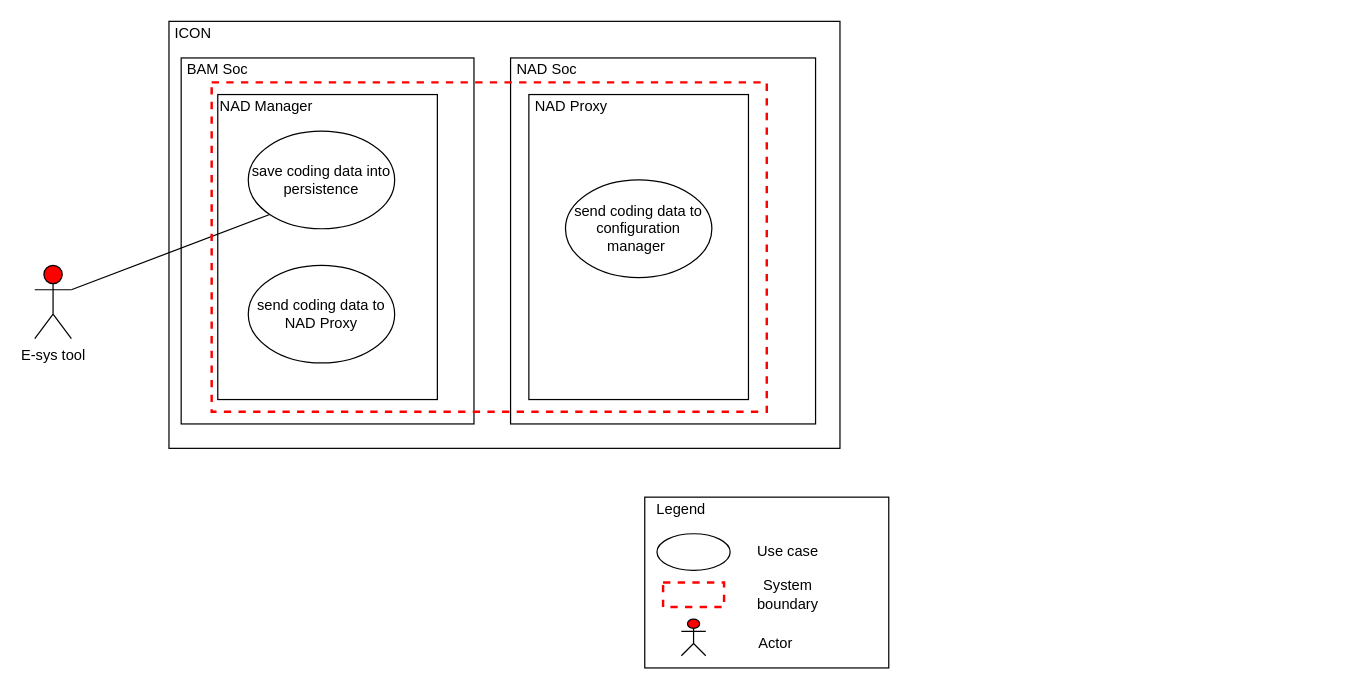
Earlier version of the draw.io diagram page "coding2" (7 of 11) of doc/SA cert/Design/usecase.drawio (taikt/codefun). Source tidied: cells renumbered, new cells numbered last; positions are measured from the earlier drawing's top-left corner, leaving out a move shared by most shapes. Both pictures are drawn from the tidied source at 122%, with x=0, y=0 at pixel (34, 21).
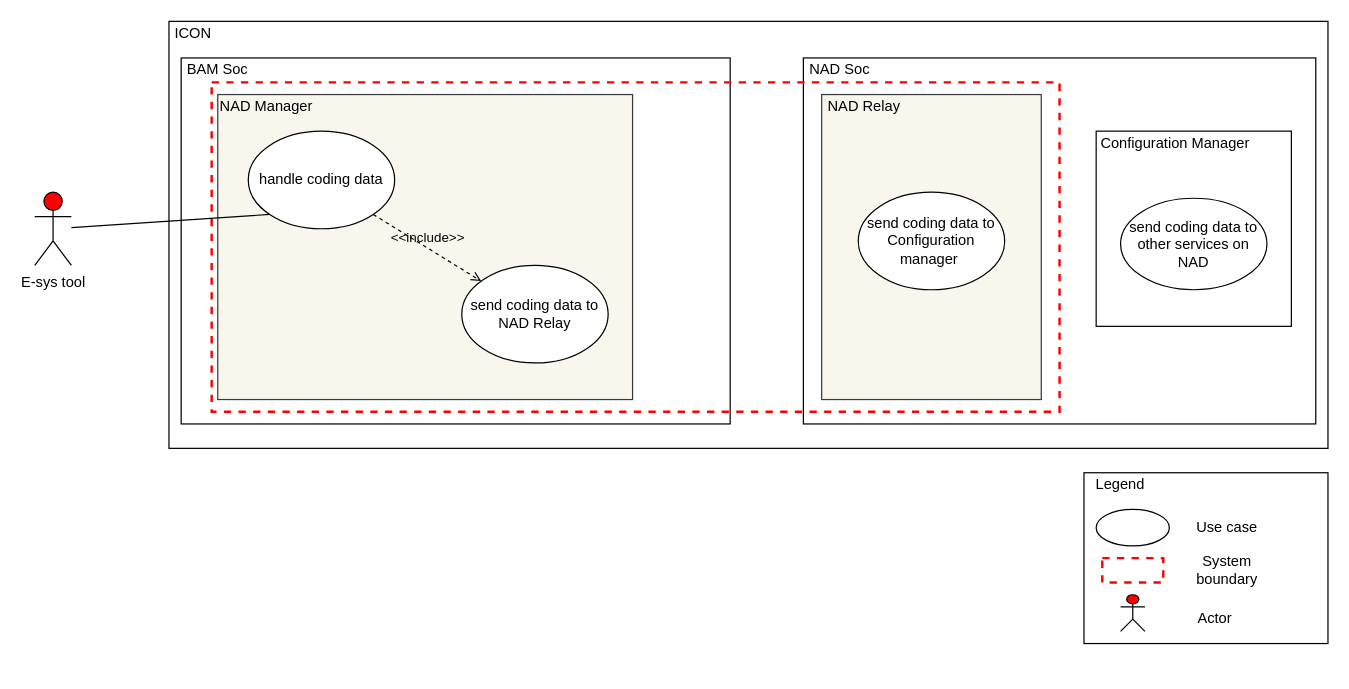
The same diagram, later.

Change to the diagram source:
```diff
@@
     <mxCell id="2" value="E-sys tool" style="shape=umlActor;verticalLabelPosition=bottom;verticalAlign=top;html=1;outlineConnect=0;fillColor=#FF0000;" parent="1" vertex="1">
-      <mxGeometry y="200" width="30" height="60" as="geometry" />
+      <mxGeometry y="140" width="30" height="60" as="geometry" />
     </mxCell>
     <mxCell id="3" style="rounded=0;whiteSpace=wrap;html=1;" parent="1" vertex="1">
-      <mxGeometry x="110" width="550" height="350" as="geometry" />
+      <mxGeometry x="110" width="950" height="350" as="geometry" />
     </mxCell>
     <mxCell id="4" style="rounded=0;whiteSpace=wrap;html=1;" parent="1" vertex="1">
-      <mxGeometry x="120" y="30" width="240" height="300" as="geometry" />
+      <mxGeometry x="120" y="30" width="450" height="300" as="geometry" />
     </mxCell>
     <mxCell id="5" style="rounded=0;whiteSpace=wrap;html=1;" parent="1" vertex="1">
-      <mxGeometry x="390" y="30" width="250" height="300" as="geometry" />
+      <mxGeometry x="630" y="30" width="420" height="300" as="geometry" />
     </mxCell>
@@
     <mxCell id="8" value="NAD Soc" style="text;html=1;strokeColor=none;fillColor=none;align=center;verticalAlign=middle;whiteSpace=wrap;rounded=0;" parent="1" vertex="1">
-      <mxGeometry x="390" y="30" width="60" height="20" as="geometry" />
+      <mxGeometry x="630" y="30" width="60" height="20" as="geometry" />
     </mxCell>
-    <mxCell id="9" style="rounded=0;whiteSpace=wrap;html=1;" parent="1" vertex="1">
-      <mxGeometry x="150" y="60" width="180" height="250" as="geometry" />
+    <mxCell id="9" style="rounded=0;whiteSpace=wrap;html=1;fillColor=#f9f7ed;strokeColor=#36393d;" parent="1" vertex="1">
+      <mxGeometry x="150" y="60" width="340" height="250" as="geometry" />
     </mxCell>
@@
-    <mxCell id="11" value="save coding data into persistence" style="ellipse;whiteSpace=wrap;html=1;" parent="1" vertex="1">
+    <mxCell id="11" value="handle coding data" style="ellipse;whiteSpace=wrap;html=1;" parent="1" vertex="1">
       <mxGeometry x="175" y="90" width="120" height="80" as="geometry" />
     </mxCell>
-    <mxCell id="12" value="send coding data to NAD Proxy" style="ellipse;whiteSpace=wrap;html=1;" parent="1" vertex="1">
-      <mxGeometry x="175" y="200" width="120" height="80" as="geometry" />
-    </mxCell>
-    <mxCell id="13" style="rounded=0;whiteSpace=wrap;html=1;" parent="1" vertex="1">
-      <mxGeometry x="405" y="60" width="180" height="250" as="geometry" />
+    <mxCell id="13" style="rounded=0;whiteSpace=wrap;html=1;fillColor=#f9f7ed;strokeColor=#36393d;" parent="1" vertex="1">
+      <mxGeometry x="645" y="60" width="180" height="250" as="geometry" />
     </mxCell>
-    <mxCell id="14" value="NAD Proxy" style="text;html=1;strokeColor=none;fillColor=none;align=center;verticalAlign=middle;whiteSpace=wrap;rounded=0;" parent="1" vertex="1">
-      <mxGeometry x="390" y="60" width="100" height="20" as="geometry" />
+    <mxCell id="14" value="NAD Relay" style="text;html=1;strokeColor=none;fillColor=none;align=center;verticalAlign=middle;whiteSpace=wrap;rounded=0;" parent="1" vertex="1">
+      <mxGeometry x="630" y="60" width="100" height="20" as="geometry" />
     </mxCell>
-    <mxCell id="15" value="send coding data to configuration manager&amp;nbsp;" style="ellipse;whiteSpace=wrap;html=1;" parent="1" vertex="1">
-      <mxGeometry x="435" y="130" width="120" height="80" as="geometry" />
+    <mxCell id="15" value="send coding data to Configuration manager&amp;nbsp;" style="ellipse;whiteSpace=wrap;html=1;" parent="1" vertex="1">
+      <mxGeometry x="675" y="140" width="120" height="80" as="geometry" />
     </mxCell>
@@
-    <mxCell id="17" style="endArrow=none;html=1;exitX=1;exitY=0.3333333333333333;exitDx=0;exitDy=0;exitPerimeter=0;entryX=0;entryY=1;entryDx=0;entryDy=0;" parent="1" edge="1" source="2" target="11">
+    <mxCell id="17" style="endArrow=none;html=1;entryX=0;entryY=1;entryDx=0;entryDy=0;" parent="1" edge="1" source="2" target="11">
       <mxGeometry relative="1" as="geometry" />
     </mxCell>
     <mxCell id="18" style="rounded=0;whiteSpace=wrap;html=1;strokeWidth=1;fillColor=none;" parent="1" vertex="1">
-      <mxGeometry x="500" y="390" width="200" height="140" as="geometry" />
+      <mxGeometry x="860" y="370" width="200" height="140" as="geometry" />
     </mxCell>
     <mxCell id="19" style="ellipse;whiteSpace=wrap;html=1;strokeColor=#000000;strokeWidth=1;fillColor=none;" parent="1" vertex="1">
-      <mxGeometry x="510" y="420" width="60" height="30" as="geometry" />
+      <mxGeometry x="870" y="400" width="60" height="30" as="geometry" />
     </mxCell>
     <mxCell id="20" value="Use case" style="text;html=1;strokeColor=none;fillColor=none;align=center;verticalAlign=middle;whiteSpace=wrap;rounded=0;" parent="1" vertex="1">
-      <mxGeometry x="585" y="425" width="65" height="20" as="geometry" />
+      <mxGeometry x="945" y="405" width="65" height="20" as="geometry" />
     </mxCell>
     <mxCell id="21" style="rounded=0;whiteSpace=wrap;html=1;fillColor=none;strokeColor=#FF0000;dashed=1;strokeWidth=2;" parent="1" vertex="1">
-      <mxGeometry x="515" y="460" width="50" height="20" as="geometry" />
+      <mxGeometry x="875" y="440" width="50" height="20" as="geometry" />
     </mxCell>
     <mxCell id="22" value="System boundary" style="text;html=1;strokeColor=none;fillColor=none;align=center;verticalAlign=middle;whiteSpace=wrap;rounded=0;" parent="1" vertex="1">
-      <mxGeometry x="585" y="460" width="65" height="20" as="geometry" />
+      <mxGeometry x="945" y="440" width="65" height="20" as="geometry" />
     </mxCell>
     <mxCell id="23" style="shape=umlActor;verticalLabelPosition=bottom;verticalAlign=top;html=1;fillColor=#FF0000;" parent="1" vertex="1">
-      <mxGeometry x="530" y="490" width="20" height="30" as="geometry" />
+      <mxGeometry x="890" y="470" width="20" height="30" as="geometry" />
     </mxCell>
     <mxCell id="24" value="Actor" style="text;html=1;strokeColor=none;fillColor=none;align=center;verticalAlign=middle;whiteSpace=wrap;rounded=0;" parent="1" vertex="1">
-      <mxGeometry x="575" y="500" width="65" height="20" as="geometry" />
+      <mxGeometry x="935" y="480" width="65" height="20" as="geometry" />
     </mxCell>
     <mxCell id="25" value="Legend" style="text;html=1;strokeColor=none;fillColor=none;align=center;verticalAlign=middle;whiteSpace=wrap;rounded=0;" parent="1" vertex="1">
-      <mxGeometry x="510" y="390" width="40" height="20" as="geometry" />
+      <mxGeometry x="870" y="370" width="40" height="20" as="geometry" />
     </mxCell>
     <mxCell id="26" style="rounded=0;whiteSpace=wrap;html=1;fillColor=none;strokeColor=#FF0000;dashed=1;strokeWidth=2;" parent="1" vertex="1">
-      <mxGeometry x="145" y="50" width="455" height="270" as="geometry" />
+      <mxGeometry x="145" y="50" width="695" height="270" as="geometry" />
     </mxCell>
+    <mxCell id="27" value="send coding data to NAD Relay" style="ellipse;whiteSpace=wrap;html=1;" parent="1" vertex="1">
+      <mxGeometry x="350" y="200" width="120" height="80" as="geometry" />
+    </mxCell>
+    <mxCell id="28" value="&amp;lt;&amp;lt;include&amp;gt;&amp;gt;" style="edgeStyle=none;html=1;endArrow=open;verticalAlign=bottom;dashed=1;labelBackgroundColor=none;exitX=1;exitY=1;exitDx=0;exitDy=0;" parent="1" edge="1" source="11" target="27">
+      <mxGeometry relative="1" as="geometry" />
+    </mxCell>
+    <mxCell id="29" style="rounded=0;whiteSpace=wrap;html=1;" parent="1" vertex="1">
+      <mxGeometry x="870" y="90" width="160" height="160" as="geometry" />
+    </mxCell>
+    <mxCell id="30" value="Configuration Manager" style="text;html=1;strokeColor=none;fillColor=none;align=center;verticalAlign=middle;whiteSpace=wrap;rounded=0;" parent="1" vertex="1">
+      <mxGeometry x="870" y="90" width="130" height="20" as="geometry" />
+    </mxCell>
+    <mxCell id="31" value="send coding data to other services on NAD" style="ellipse;whiteSpace=wrap;html=1;" parent="1" vertex="1">
+      <mxGeometry x="890" y="145" width="120" height="75" as="geometry" />
+    </mxCell>
```
